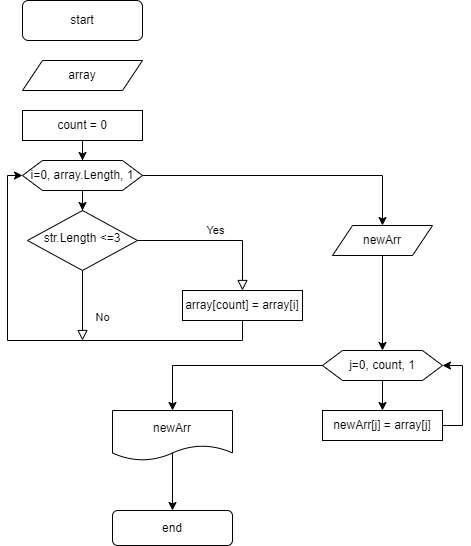
This is final.png from Mike4977/Final_Project, a draw.io export, as it was before one commit. Source tidied: cells renumbered, new cells last; positions are measured from the earlier drawing's top-left corner, leaving out a move shared by most shapes.
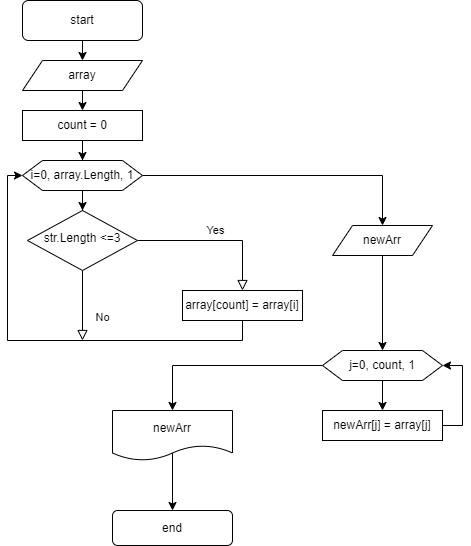
Later version of the same file.

What changed in the source:
```diff
@@ -80,5 +80,13 @@
     <mxCell id="23" value="end" style="rounded=1;whiteSpace=wrap;html=1;" parent="1" vertex="1">
       <mxGeometry x="105" y="510" width="120" height="35" as="geometry" />
     </mxCell>
+    <mxCell id="24" style="endArrow=classic;html=1;rounded=0;exitX=0.5;exitY=1;exitDx=0;exitDy=0;entryX=0.5;entryY=0;entryDx=0;entryDy=0;" parent="1" edge="1" source="6" target="10">
+      <mxGeometry relative="1" as="geometry" />
+    </mxCell>
+    <mxCell id="25" style="endArrow=classic;html=1;rounded=0;exitX=0.5;exitY=1;exitDx=0;exitDy=0;" parent="1" edge="1" source="2">
+      <mxGeometry relative="1" as="geometry">
+        <mxPoint x="75" y="60" as="targetPoint" />
+      </mxGeometry>
+    </mxCell>
   </root>
 </mxGraphModel>
```
